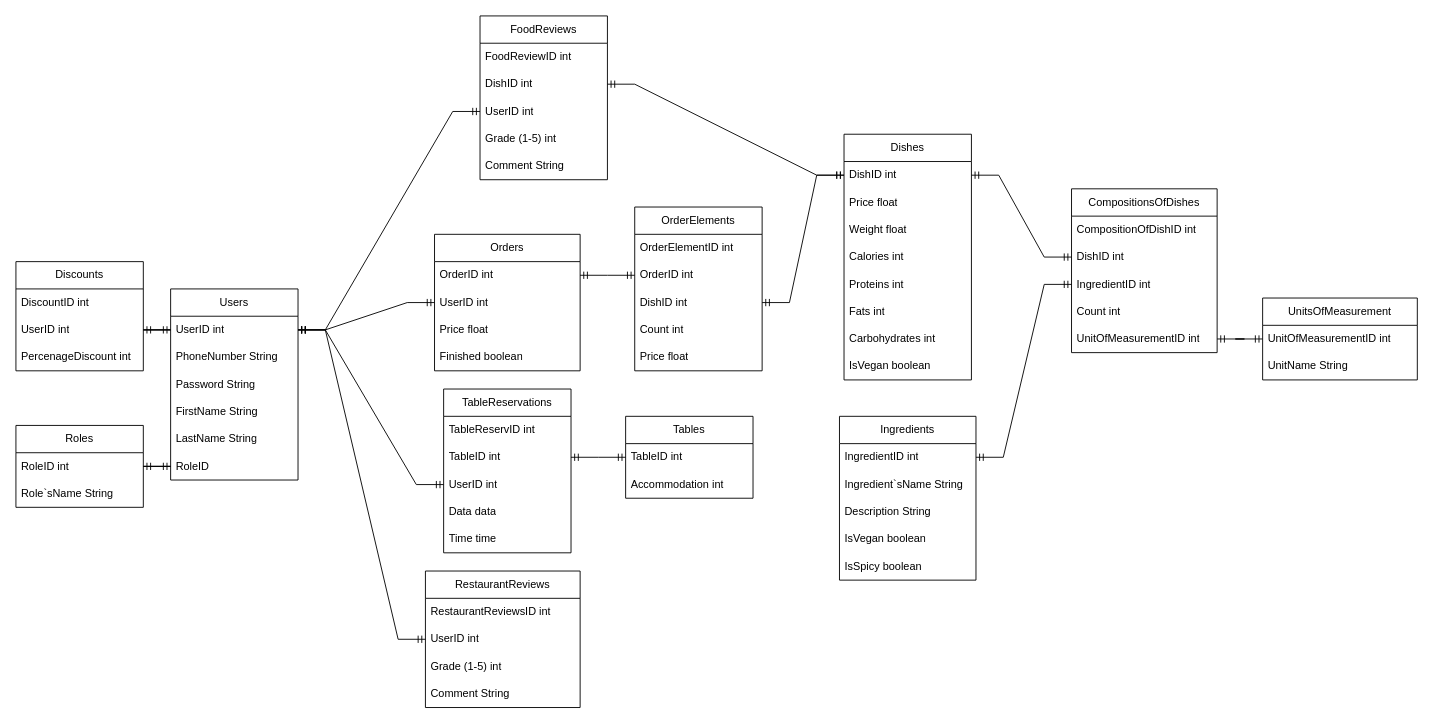
Earlier version of the draw.io diagram DB.drawio (Rashen95/DiplomProject). Source tidied: cells renumbered, new cells numbered last; positions are measured from the earlier drawing's top-left corner, leaving out a move shared by most shapes. Both pictures are drawn from the tidied source at 91%, with x=0, y=0 at pixel (15, 15).
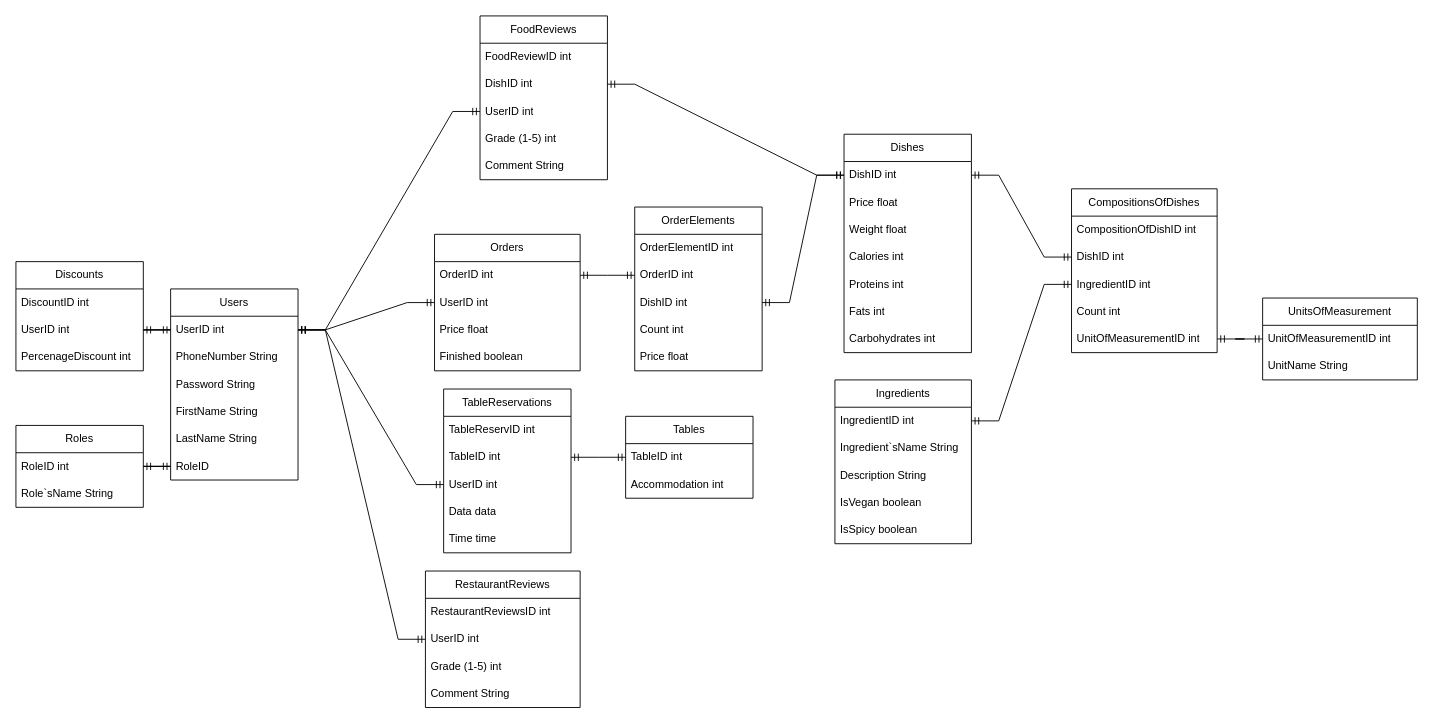
The same page after the edit.

Change to the diagram source:
```diff
@@
     <mxCell id="9" value="Dishes" style="swimlane;fontStyle=0;horizontal=1;startSize=30;whiteSpace=wrap;html=1;" parent="1" vertex="1">
-      <mxGeometry x="910" y="130" width="140" height="270" as="geometry" />
+      <mxGeometry x="910" y="130" width="140" height="240" as="geometry" />
     </mxCell>
@@
-    <mxCell id="17" value="IsVegan boolean" style="text;strokeColor=none;fillColor=none;align=left;verticalAlign=middle;spacingLeft=4;spacingRight=4;overflow=hidden;whiteSpace=wrap;html=1;" parent="9" vertex="1">
-      <mxGeometry y="240" width="140" height="30" as="geometry" />
-    </mxCell>
@@
     <mxCell id="49" value="Ingredients" style="swimlane;fontStyle=0;horizontal=1;startSize=30;whiteSpace=wrap;html=1;" parent="1" vertex="1">
-      <mxGeometry x="905" y="440" width="150" height="180" as="geometry" />
+      <mxGeometry x="900" y="400" width="150" height="180" as="geometry" />
     </mxCell>
```
